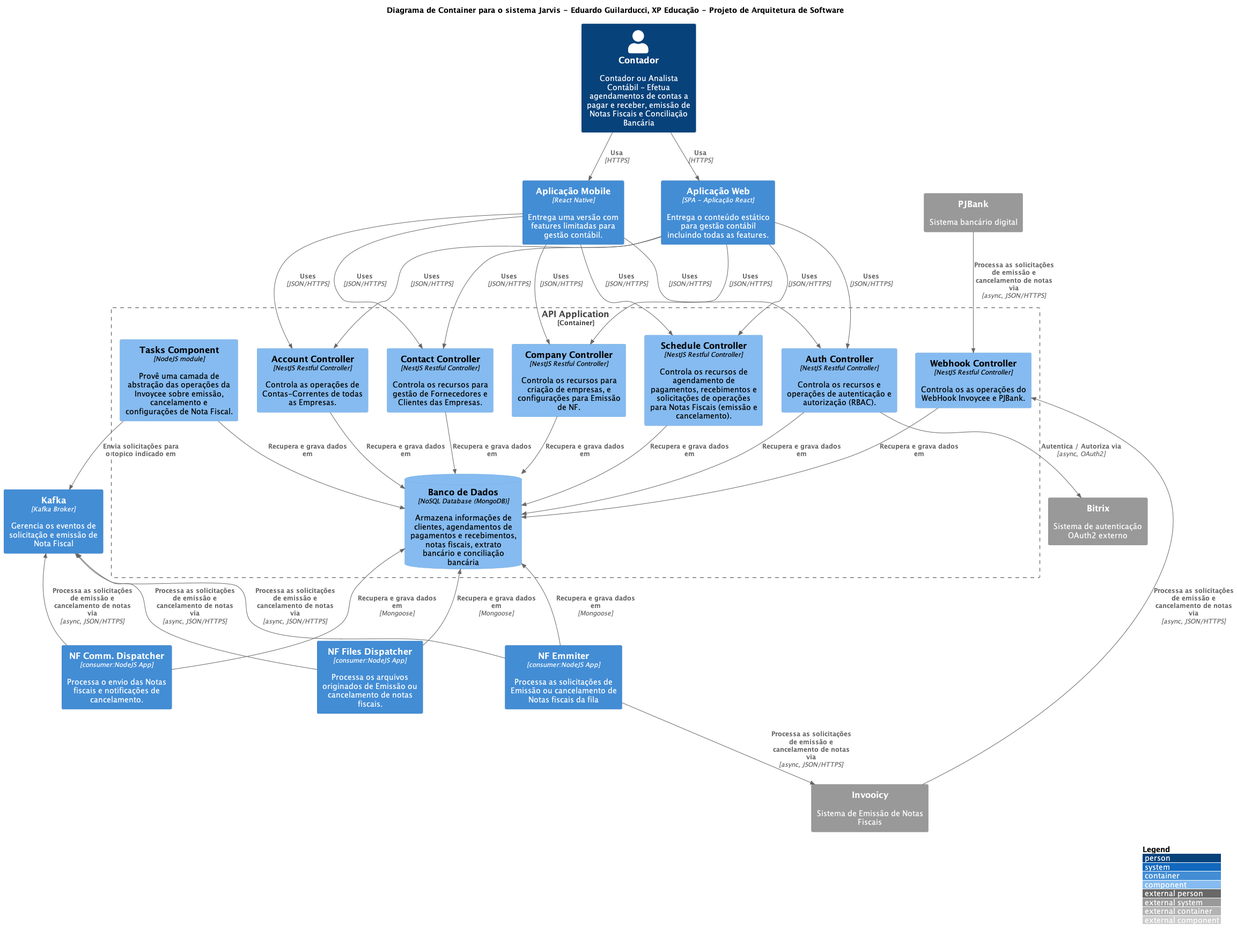
eduardoguilarducci/jarvis-architecture keeps this PlantUML diagram as out/component_diagram/Jarvis - Eduardo Guilarducci, XP Educação - Projeto de Arquitetura de Software.png. Above is the earlier version.
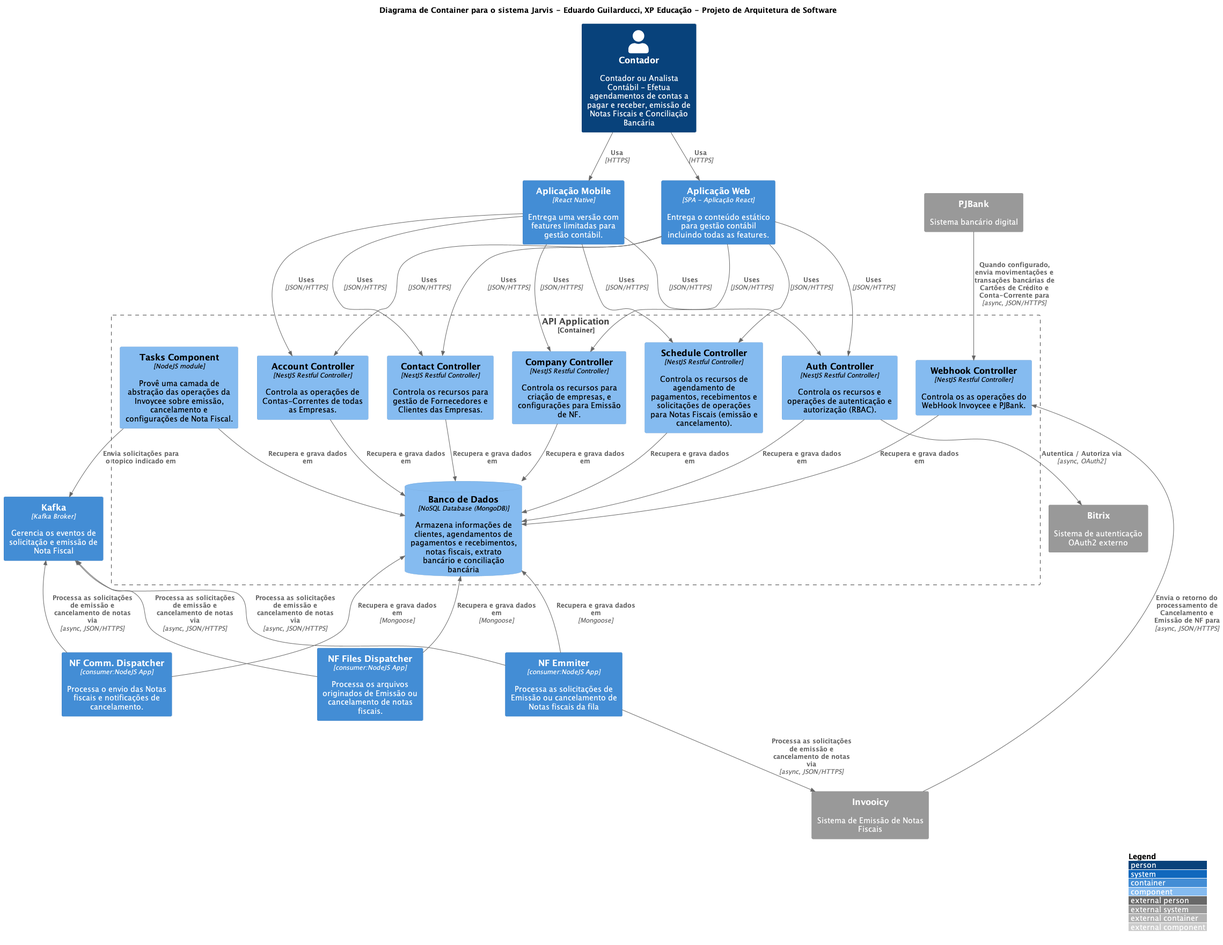
The same diagram one commit later.

Commit message:
Ajustes nas descrições do webhook

What changed in the source:
```diff
@@ -72,8 +72,8 @@
 Rel_Back(kafka, nf_comm_dispatcher, "Processa as solicitações de emissão e cancelamento de notas via", "async, JSON/HTTPS")
 Rel_Back(kafka, nf_files_dispatcher, "Processa as solicitações de emissão e cancelamento de notas via", "async, JSON/HTTPS")
 Rel(consumer, migrate, "Processa as solicitações de emissão e cancelamento de notas via", "async, JSON/HTTPS")
-Rel(migrate, webhook, "Processa as solicitações de emissão e cancelamento de notas via", "async, JSON/HTTPS")
-Rel(pjbank, webhook, "Processa as solicitações de emissão e cancelamento de notas via", "async, JSON/HTTPS")
+Rel(migrate, webhook, "Envia o retorno do processamento de Cancelamento e Emissão de NF para", "async, JSON/HTTPS")
+Rel(pjbank, webhook, "Quando configurado, envia movimentações e transações bancárias de Cartões de Crédito e Conta-Corrente para", "async, JSON/HTTPS")
 
 
 Rel_Back(database, nf_files_dispatcher, "Recupera e grava dados em", "Mongoose")
```
